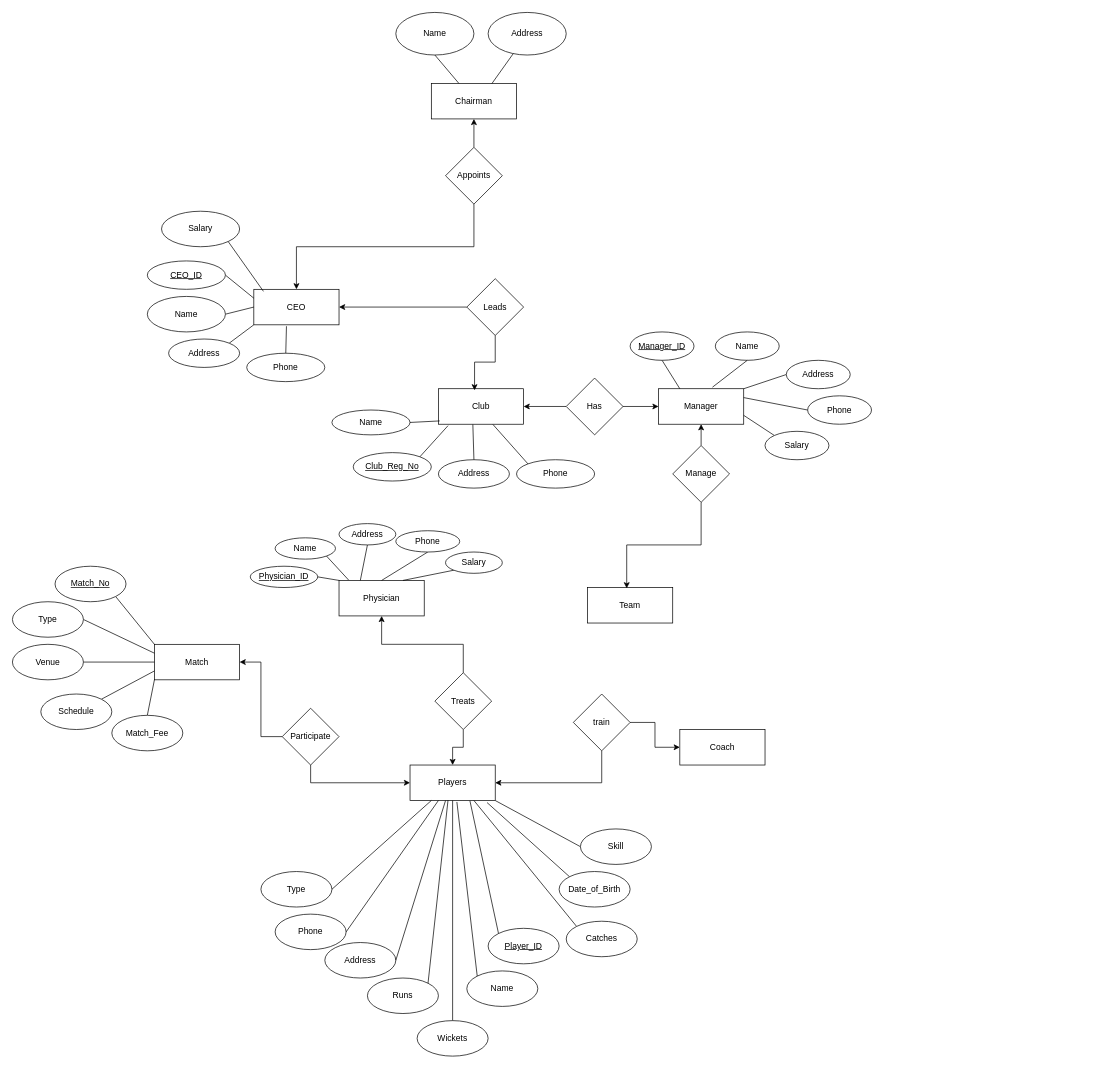
The draw.io diagram Cricket Club DataBase.drawio in ALPHAMAN-0/ER-Diagram, before the edit. Source tidied: cells renumbered, new cells numbered last; positions are measured from the earlier drawing's top-left corner, leaving out a move shared by most shapes. Both pictures are drawn from the tidied source at 71%, with x=0, y=0 at pixel (12, 12).
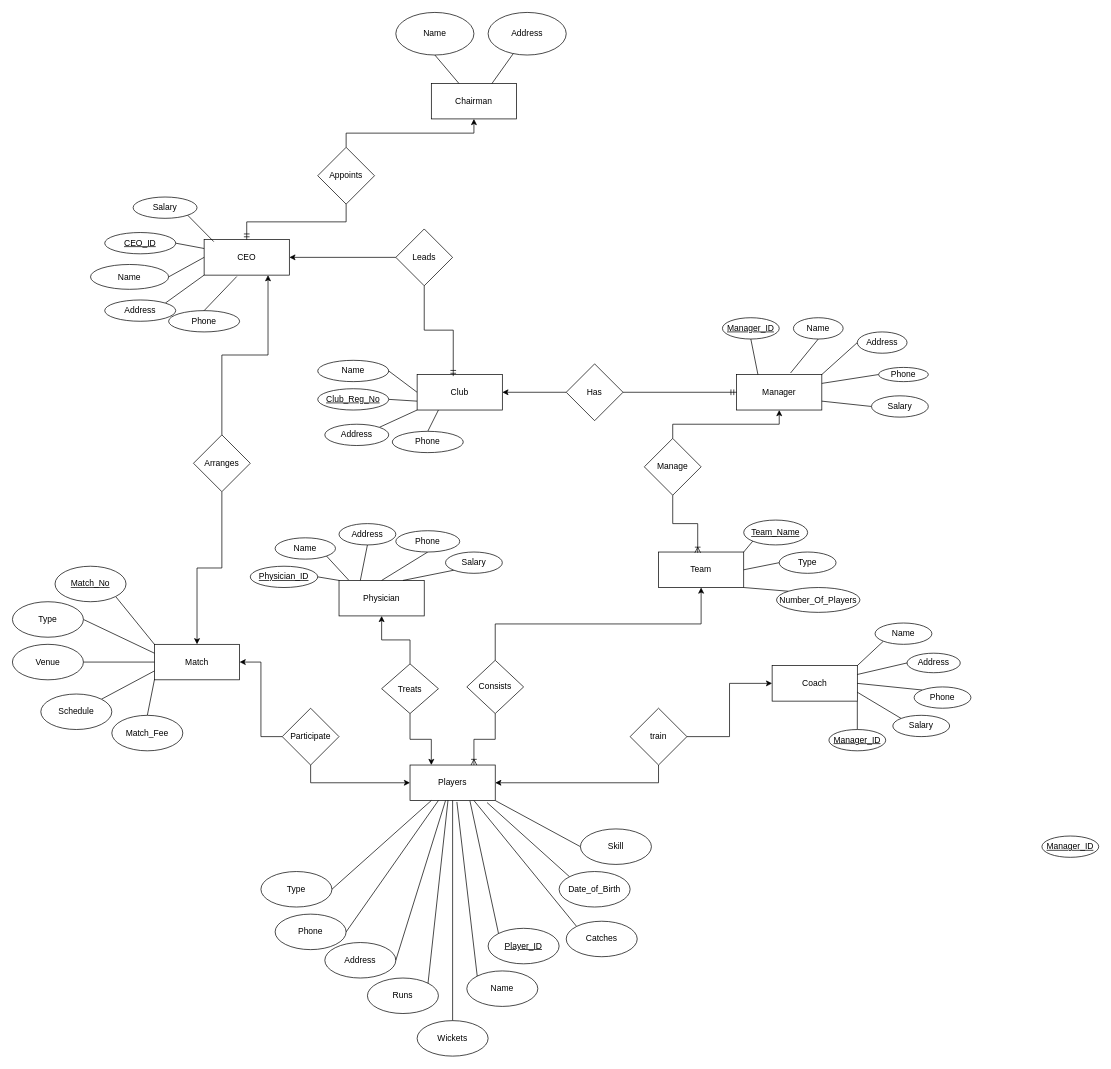
The same page after the edit.

The change refers to these unchanged cells:
```xml
<mxCell id="5" value="Players" style="rounded=0;whiteSpace=wrap;html=1;" parent="1" vertex="1">
  <mxGeometry x="560" y="1060" width="120" height="50" as="geometry" />
</mxCell>
<mxCell id="10" value="Match" style="rounded=0;whiteSpace=wrap;html=1;" parent="1" vertex="1">
  <mxGeometry x="200" y="890" width="120" height="50" as="geometry" />
</mxCell>
```

Diff of the diagram source:
```diff
@@
     <mxCell id="3" value="CEO" style="rounded=0;whiteSpace=wrap;html=1;" parent="1" vertex="1">
-      <mxGeometry x="340" y="390" width="120" height="50" as="geometry" />
+      <mxGeometry x="270" y="320" width="120" height="50" as="geometry" />
     </mxCell>
+    <mxCell id="104" style="rounded=0;jettySize=auto;html=1;exitX=0;exitY=0.5;exitDx=0;exitDy=0;entryX=1;entryY=0.5;entryDx=0;entryDy=0;endArrow=none;startFill=0;" parent="1" edge="1" source="4" target="46">
+      <mxGeometry relative="1" as="geometry" />
+    </mxCell>
+    <mxCell id="105" style="rounded=0;jettySize=auto;html=1;exitX=0;exitY=0.75;exitDx=0;exitDy=0;entryX=1;entryY=0.5;entryDx=0;entryDy=0;endArrow=none;startFill=0;" parent="1" edge="1" source="4" target="47">
+      <mxGeometry relative="1" as="geometry" />
+    </mxCell>
+    <mxCell id="106" style="rounded=0;jettySize=auto;html=1;exitX=0;exitY=1;exitDx=0;exitDy=0;entryX=1;entryY=0;entryDx=0;entryDy=0;endArrow=none;startFill=0;" parent="1" edge="1" source="4" target="48">
+      <mxGeometry relative="1" as="geometry" />
+    </mxCell>
+    <mxCell id="107" style="rounded=0;jettySize=auto;html=1;exitX=0.25;exitY=1;exitDx=0;exitDy=0;entryX=0.5;entryY=0;entryDx=0;entryDy=0;endArrow=none;startFill=0;" parent="1" edge="1" source="4" target="49">
+      <mxGeometry relative="1" as="geometry" />
+    </mxCell>
     <mxCell id="4" value="Club" style="rounded=0;whiteSpace=wrap;html=1;" parent="1" vertex="1">
-      <mxGeometry x="600" y="530" width="120" height="50" as="geometry" />
+      <mxGeometry x="570" y="510" width="120" height="50" as="geometry" />
     </mxCell>
@@
     <mxCell id="6" value="Manager" style="rounded=0;whiteSpace=wrap;html=1;" parent="1" vertex="1">
-      <mxGeometry x="910" y="530" width="120" height="50" as="geometry" />
+      <mxGeometry x="1020" y="510" width="120" height="50" as="geometry" />
     </mxCell>
@@
     <mxCell id="8" value="Coach" style="rounded=0;whiteSpace=wrap;html=1;" parent="1" vertex="1">
-      <mxGeometry x="940" y="1010" width="120" height="50" as="geometry" />
+      <mxGeometry x="1070" y="920" width="120" height="50" as="geometry" />
     </mxCell>
     <mxCell id="9" value="Team" style="rounded=0;whiteSpace=wrap;html=1;" parent="1" vertex="1">
-      <mxGeometry x="810" y="810" width="120" height="50" as="geometry" />
+      <mxGeometry x="910" y="760" width="120" height="50" as="geometry" />
     </mxCell>
@@
-    <mxCell id="12" style="edgeStyle=orthogonalEdgeStyle;rounded=0;jettySize=auto;html=1;exitX=0.5;exitY=1;exitDx=0;exitDy=0;entryX=0.5;entryY=0;entryDx=0;entryDy=0;" parent="1" edge="1" source="13" target="3">
+    <mxCell id="12" style="edgeStyle=orthogonalEdgeStyle;rounded=0;jettySize=auto;html=1;exitX=0.5;exitY=1;exitDx=0;exitDy=0;entryX=0.5;entryY=0;entryDx=0;entryDy=0;endArrow=ERmandOne;endFill=0;" parent="1" edge="1" source="13" target="3">
       <mxGeometry relative="1" as="geometry" />
     </mxCell>
     <mxCell id="13" value="Appoints" style="rhombus;whiteSpace=wrap;html=1;" parent="1" vertex="1">
-      <mxGeometry x="610" y="190" width="80" height="80" as="geometry" />
+      <mxGeometry x="430" y="190" width="80" height="80" as="geometry" />
     </mxCell>
@@
     <mxCell id="15" value="Leads" style="rhombus;whiteSpace=wrap;html=1;" parent="1" vertex="1">
-      <mxGeometry x="640" y="375" width="80" height="80" as="geometry" />
+      <mxGeometry x="540" y="305" width="80" height="80" as="geometry" />
     </mxCell>
-    <mxCell id="16" style="edgeStyle=orthogonalEdgeStyle;rounded=0;jettySize=auto;html=1;exitX=0.5;exitY=1;exitDx=0;exitDy=0;entryX=0.424;entryY=0.045;entryDx=0;entryDy=0;entryPerimeter=0;" parent="1" edge="1" source="15" target="4">
+    <mxCell id="16" style="edgeStyle=orthogonalEdgeStyle;rounded=0;jettySize=auto;html=1;exitX=0.5;exitY=1;exitDx=0;exitDy=0;entryX=0.424;entryY=0.045;entryDx=0;entryDy=0;entryPerimeter=0;endArrow=ERmandOne;endFill=0;" parent="1" edge="1" source="15" target="4">
       <mxGeometry relative="1" as="geometry" />
     </mxCell>
+    <mxCell id="18" style="edgeStyle=orthogonalEdgeStyle;rounded=0;jettySize=auto;html=1;exitX=1;exitY=0.5;exitDx=0;exitDy=0;entryX=0;entryY=0.5;entryDx=0;entryDy=0;endArrow=ERmandOne;endFill=0;" parent="1" edge="1" source="19" target="6">
+      <mxGeometry relative="1" as="geometry" />
+    </mxCell>
@@
-    <mxCell id="18" style="edgeStyle=orthogonalEdgeStyle;rounded=0;jettySize=auto;html=1;exitX=1;exitY=0.5;exitDx=0;exitDy=0;entryX=0;entryY=0.5;entryDx=0;entryDy=0;" parent="1" edge="1" source="19" target="6">
-      <mxGeometry relative="1" as="geometry" />
-    </mxCell>
     <mxCell id="19" value="Has" style="rhombus;whiteSpace=wrap;html=1;" parent="1" vertex="1">
-      <mxGeometry x="780" y="515" width="80" height="80" as="geometry" />
+      <mxGeometry x="780" y="495" width="80" height="80" as="geometry" />
     </mxCell>
@@
     <mxCell id="21" value="Manage" style="rhombus;whiteSpace=wrap;html=1;" parent="1" vertex="1">
-      <mxGeometry x="930" y="610" width="80" height="80" as="geometry" />
+      <mxGeometry x="890" y="600" width="80" height="80" as="geometry" />
     </mxCell>
-    <mxCell id="22" style="edgeStyle=orthogonalEdgeStyle;rounded=0;jettySize=auto;html=1;exitX=0.5;exitY=1;exitDx=0;exitDy=0;entryX=0.46;entryY=0.023;entryDx=0;entryDy=0;entryPerimeter=0;" parent="1" edge="1" source="21" target="9">
+    <mxCell id="22" style="edgeStyle=orthogonalEdgeStyle;rounded=0;jettySize=auto;html=1;exitX=0.5;exitY=1;exitDx=0;exitDy=0;entryX=0.46;entryY=0.023;entryDx=0;entryDy=0;entryPerimeter=0;endArrow=ERoneToMany;endFill=0;" parent="1" edge="1" source="21" target="9">
       <mxGeometry relative="1" as="geometry" />
     </mxCell>
@@
     <mxCell id="25" value="train" style="rhombus;whiteSpace=wrap;html=1;" parent="1" vertex="1">
-      <mxGeometry x="790" y="960" width="80" height="80" as="geometry" />
+      <mxGeometry x="870" y="980" width="80" height="80" as="geometry" />
     </mxCell>
@@
-    <mxCell id="27" style="edgeStyle=orthogonalEdgeStyle;rounded=0;jettySize=auto;html=1;exitX=0.5;exitY=1;exitDx=0;exitDy=0;entryX=0.5;entryY=0;entryDx=0;entryDy=0;" parent="1" edge="1" source="28" target="5">
+    <mxCell id="27" style="edgeStyle=orthogonalEdgeStyle;rounded=0;jettySize=auto;html=1;exitX=0.5;exitY=1;exitDx=0;exitDy=0;entryX=0.25;entryY=0;entryDx=0;entryDy=0;" parent="1" edge="1" source="28" target="5">
       <mxGeometry relative="1" as="geometry" />
     </mxCell>
     <mxCell id="28" value="Treats" style="rhombus;whiteSpace=wrap;html=1;" parent="1" vertex="1">
-      <mxGeometry x="595" y="930" width="80" height="80" as="geometry" />
+      <mxGeometry x="520" y="917.5" width="80" height="70" as="geometry" />
     </mxCell>
@@
     <mxCell id="32" value="Salary" style="ellipse;whiteSpace=wrap;html=1;" parent="1" vertex="1">
-      <mxGeometry x="210" y="280" width="110" height="50" as="geometry" />
+      <mxGeometry x="170" y="260" width="90" height="30" as="geometry" />
     </mxCell>
@@
     <mxCell id="38" value="Address" style="ellipse;whiteSpace=wrap;html=1;" parent="1" vertex="1">
-      <mxGeometry x="220" y="460" width="100" height="40" as="geometry" />
+      <mxGeometry x="130" y="405" width="100" height="30" as="geometry" />
     </mxCell>
@@
     <mxCell id="40" value="Name" style="ellipse;whiteSpace=wrap;html=1;" parent="1" vertex="1">
-      <mxGeometry x="190" y="400" width="110" height="50" as="geometry" />
+      <mxGeometry x="110" y="355" width="110" height="35" as="geometry" />
     </mxCell>
     <mxCell id="41" value="Phone" style="ellipse;whiteSpace=wrap;html=1;" parent="1" vertex="1">
-      <mxGeometry x="330" y="480" width="110" height="40" as="geometry" />
+      <mxGeometry x="220" y="420" width="100" height="30" as="geometry" />
     </mxCell>
@@
     <mxCell id="43" value="&lt;u&gt;CEO_ID&lt;/u&gt;" style="ellipse;whiteSpace=wrap;html=1;" parent="1" vertex="1">
-      <mxGeometry x="190" y="350" width="110" height="40" as="geometry" />
+      <mxGeometry x="130" y="310" width="100" height="30" as="geometry" />
     </mxCell>
@@
     <mxCell id="46" value="Name" style="ellipse;whiteSpace=wrap;html=1;" parent="1" vertex="1">
-      <mxGeometry x="450" y="560" width="110" height="35" as="geometry" />
+      <mxGeometry x="430" y="490" width="100" height="30" as="geometry" />
     </mxCell>
     <mxCell id="47" value="&lt;u&gt;Club_Reg_No&lt;/u&gt;" style="ellipse;whiteSpace=wrap;html=1;" parent="1" vertex="1">
-      <mxGeometry x="480" y="620" width="110" height="40" as="geometry" />
+      <mxGeometry x="430" y="530" width="100" height="30" as="geometry" />
     </mxCell>
     <mxCell id="48" value="Address" style="ellipse;whiteSpace=wrap;html=1;" parent="1" vertex="1">
-      <mxGeometry x="600" y="630" width="100" height="40" as="geometry" />
+      <mxGeometry x="440" y="580" width="90" height="30" as="geometry" />
     </mxCell>
     <mxCell id="49" value="Phone" style="ellipse;whiteSpace=wrap;html=1;" parent="1" vertex="1">
-      <mxGeometry x="710" y="630" width="110" height="40" as="geometry" />
+      <mxGeometry x="535" y="590" width="100" height="30" as="geometry" />
     </mxCell>
-    <mxCell id="50" style="rounded=0;jettySize=auto;html=1;exitX=1;exitY=0.5;exitDx=0;exitDy=0;entryX=0.015;entryY=0.907;entryDx=0;entryDy=0;entryPerimeter=0;endArrow=none;startFill=0;" parent="1" edge="1" source="46" target="4">
-      <mxGeometry relative="1" as="geometry" />
-    </mxCell>
-    <mxCell id="51" style="rounded=0;jettySize=auto;html=1;exitX=1;exitY=0;exitDx=0;exitDy=0;entryX=0.113;entryY=1.04;entryDx=0;entryDy=0;entryPerimeter=0;endArrow=none;startFill=0;" parent="1" edge="1" source="47" target="4">
-      <mxGeometry relative="1" as="geometry" />
-    </mxCell>
-    <mxCell id="52" style="rounded=0;jettySize=auto;html=1;exitX=0.5;exitY=0;exitDx=0;exitDy=0;entryX=0.404;entryY=1.007;entryDx=0;entryDy=0;entryPerimeter=0;endArrow=none;startFill=0;" parent="1" edge="1" source="48" target="4">
-      <mxGeometry relative="1" as="geometry" />
-    </mxCell>
-    <mxCell id="53" style="rounded=0;jettySize=auto;html=1;exitX=0;exitY=0;exitDx=0;exitDy=0;entryX=0.64;entryY=1.007;entryDx=0;entryDy=0;entryPerimeter=0;endArrow=none;startFill=0;" parent="1" edge="1" source="49" target="4">
-      <mxGeometry relative="1" as="geometry" />
-    </mxCell>
@@
     <mxCell id="55" value="&lt;u&gt;Manager_ID&lt;/u&gt;" style="ellipse;whiteSpace=wrap;html=1;" parent="1" vertex="1">
-      <mxGeometry x="870" y="450" width="90" height="40" as="geometry" />
+      <mxGeometry x="1000" y="430" width="80" height="30" as="geometry" />
     </mxCell>
@@
     <mxCell id="57" value="Phone" style="ellipse;whiteSpace=wrap;html=1;" parent="1" vertex="1">
-      <mxGeometry x="1120" y="540" width="90" height="40" as="geometry" />
+      <mxGeometry x="1220" y="500" width="70" height="20" as="geometry" />
     </mxCell>
     <mxCell id="58" value="Name" style="ellipse;whiteSpace=wrap;html=1;" parent="1" vertex="1">
-      <mxGeometry x="990" y="450" width="90" height="40" as="geometry" />
+      <mxGeometry x="1100" y="430" width="70" height="30" as="geometry" />
     </mxCell>
-    <mxCell id="59" style="rounded=0;jettySize=auto;html=1;exitX=0;exitY=0;exitDx=0;exitDy=0;entryX=1;entryY=0.75;entryDx=0;entryDy=0;endArrow=none;startFill=0;" parent="1" edge="1" source="60" target="6">
+    <mxCell id="59" style="rounded=0;jettySize=auto;html=1;exitX=0;exitY=0.5;exitDx=0;exitDy=0;entryX=1;entryY=0.75;entryDx=0;entryDy=0;endArrow=none;startFill=0;" parent="1" edge="1" source="60" target="6">
       <mxGeometry relative="1" as="geometry" />
     </mxCell>
     <mxCell id="60" value="Salary" style="ellipse;whiteSpace=wrap;html=1;" parent="1" vertex="1">
-      <mxGeometry x="1060" y="590" width="90" height="40" as="geometry" />
+      <mxGeometry x="1210" y="540" width="80" height="30" as="geometry" />
     </mxCell>
@@
     <mxCell id="62" value="Address" style="ellipse;whiteSpace=wrap;html=1;" parent="1" vertex="1">
-      <mxGeometry x="1090" y="490" width="90" height="40" as="geometry" />
+      <mxGeometry x="1190" y="450" width="70" height="30" as="geometry" />
     </mxCell>
@@
+    <mxCell id="108" style="rounded=0;jettySize=auto;html=1;exitX=0;exitY=0.5;exitDx=0;exitDy=0;entryX=1;entryY=0.5;entryDx=0;entryDy=0;endArrow=none;startFill=0;" parent="1" edge="1" source="109" target="9">
+      <mxGeometry relative="1" as="geometry" />
+    </mxCell>
+    <mxCell id="109" value="Type" style="ellipse;whiteSpace=wrap;html=1;" parent="1" vertex="1">
+      <mxGeometry x="1080" y="760" width="80" height="30" as="geometry" />
+    </mxCell>
+    <mxCell id="110" style="rounded=0;jettySize=auto;html=1;exitX=0;exitY=1;exitDx=0;exitDy=0;entryX=1;entryY=0;entryDx=0;entryDy=0;endArrow=none;startFill=0;" parent="1" edge="1" source="111" target="9">
+      <mxGeometry relative="1" as="geometry" />
+    </mxCell>
+    <mxCell id="111" value="&lt;u&gt;Team_Name&lt;/u&gt;" style="ellipse;whiteSpace=wrap;html=1;" parent="1" vertex="1">
+      <mxGeometry x="1030" y="715" width="90" height="35" as="geometry" />
+    </mxCell>
+    <mxCell id="112" style="rounded=0;jettySize=auto;html=1;exitX=0;exitY=0;exitDx=0;exitDy=0;entryX=1;entryY=1;entryDx=0;entryDy=0;endArrow=none;startFill=0;" parent="1" edge="1" source="113" target="9">
+      <mxGeometry relative="1" as="geometry" />
+    </mxCell>
+    <mxCell id="113" value="Number_Of_Players" style="ellipse;whiteSpace=wrap;html=1;" parent="1" vertex="1">
+      <mxGeometry x="1076.2" y="810" width="117.5" height="35" as="geometry" />
+    </mxCell>
+    <mxCell id="114" style="edgeStyle=orthogonalEdgeStyle;rounded=0;jettySize=auto;html=1;exitX=0.5;exitY=0;exitDx=0;exitDy=0;entryX=0.75;entryY=1;entryDx=0;entryDy=0;" parent="1" edge="1" source="116" target="3">
+      <mxGeometry relative="1" as="geometry" />
+    </mxCell>
+    <mxCell id="115" style="edgeStyle=orthogonalEdgeStyle;rounded=0;jettySize=auto;html=1;exitX=0.5;exitY=1;exitDx=0;exitDy=0;entryX=0.5;entryY=0;entryDx=0;entryDy=0;" parent="1" edge="1" source="116" target="10">
+      <mxGeometry relative="1" as="geometry" />
+    </mxCell>
+    <mxCell id="116" value="Arranges" style="rhombus;whiteSpace=wrap;html=1;" parent="1" vertex="1">
+      <mxGeometry x="255" y="595" width="80" height="80" as="geometry" />
+    </mxCell>
+    <mxCell id="117" style="edgeStyle=orthogonalEdgeStyle;rounded=0;jettySize=auto;html=1;exitX=0.5;exitY=0;exitDx=0;exitDy=0;entryX=0.5;entryY=1;entryDx=0;entryDy=0;" parent="1" edge="1" source="119" target="9">
+      <mxGeometry relative="1" as="geometry" />
+    </mxCell>
+    <mxCell id="118" style="edgeStyle=orthogonalEdgeStyle;rounded=0;jettySize=auto;html=1;exitX=0.5;exitY=1;exitDx=0;exitDy=0;entryX=0.75;entryY=0;entryDx=0;entryDy=0;endArrow=ERoneToMany;endFill=0;" parent="1" edge="1" source="119" target="5">
+      <mxGeometry relative="1" as="geometry" />
+    </mxCell>
+    <mxCell id="119" value="Consists" style="rhombus;whiteSpace=wrap;html=1;" parent="1" vertex="1">
+      <mxGeometry x="640" y="912.5" width="80" height="75" as="geometry" />
+    </mxCell>
+    <mxCell id="120" style="rounded=0;jettySize=auto;html=1;exitX=0.5;exitY=0;exitDx=0;exitDy=0;entryX=1;entryY=1;entryDx=0;entryDy=0;endArrow=none;startFill=0;" parent="1" edge="1" source="121" target="8">
+      <mxGeometry relative="1" as="geometry" />
+    </mxCell>
+    <mxCell id="121" value="&lt;u&gt;Manager_ID&lt;/u&gt;" style="ellipse;whiteSpace=wrap;html=1;" parent="1" vertex="1">
+      <mxGeometry x="1150" y="1010" width="80" height="30" as="geometry" />
+    </mxCell>
+    <mxCell id="122" value="&lt;u&gt;Manager_ID&lt;/u&gt;" style="ellipse;whiteSpace=wrap;html=1;" parent="1" vertex="1">
+      <mxGeometry x="1450" y="1160" width="80" height="30" as="geometry" />
+    </mxCell>
+    <mxCell id="123" style="rounded=0;jettySize=auto;html=1;exitX=0;exitY=1;exitDx=0;exitDy=0;entryX=1;entryY=0;entryDx=0;entryDy=0;endArrow=none;startFill=0;" parent="1" edge="1" source="124" target="8">
+      <mxGeometry relative="1" as="geometry" />
+    </mxCell>
+    <mxCell id="124" value="Name" style="ellipse;whiteSpace=wrap;html=1;" parent="1" vertex="1">
+      <mxGeometry x="1215" y="860" width="80" height="30" as="geometry" />
+    </mxCell>
+    <mxCell id="125" style="rounded=0;jettySize=auto;html=1;exitX=0;exitY=0.5;exitDx=0;exitDy=0;entryX=1;entryY=0.25;entryDx=0;entryDy=0;endArrow=none;startFill=0;" parent="1" edge="1" source="126" target="8">
+      <mxGeometry relative="1" as="geometry" />
+    </mxCell>
+    <mxCell id="126" value="Address" style="ellipse;whiteSpace=wrap;html=1;" parent="1" vertex="1">
+      <mxGeometry x="1260" y="902.5" width="75" height="27.5" as="geometry" />
+    </mxCell>
+    <mxCell id="127" style="rounded=0;jettySize=auto;html=1;exitX=0;exitY=0;exitDx=0;exitDy=0;entryX=1;entryY=0.5;entryDx=0;entryDy=0;endArrow=none;startFill=0;" parent="1" edge="1" source="128" target="8">
+      <mxGeometry relative="1" as="geometry" />
+    </mxCell>
+    <mxCell id="128" value="Phone" style="ellipse;whiteSpace=wrap;html=1;" parent="1" vertex="1">
+      <mxGeometry x="1270" y="950" width="80" height="30" as="geometry" />
+    </mxCell>
+    <mxCell id="129" style="rounded=0;jettySize=auto;html=1;exitX=0;exitY=0;exitDx=0;exitDy=0;entryX=1;entryY=0.75;entryDx=0;entryDy=0;endArrow=none;startFill=0;" parent="1" edge="1" source="130" target="8">
+      <mxGeometry relative="1" as="geometry" />
+    </mxCell>
+    <mxCell id="130" value="Salary" style="ellipse;whiteSpace=wrap;html=1;" parent="1" vertex="1">
+      <mxGeometry x="1240" y="990" width="80" height="30" as="geometry" />
+    </mxCell>
```
